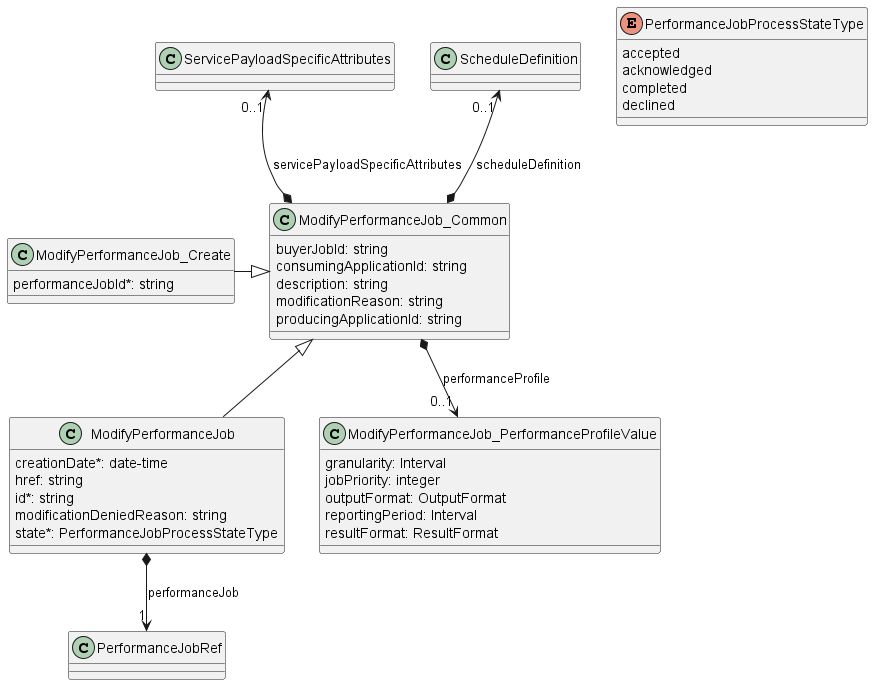
Before: documentation/serviceApi/pm/performance/media/modifyPerformanceJobModel.png, a diagram exported from PlantUML (MEF-GIT/MEF-LSO-Legato-SDK).
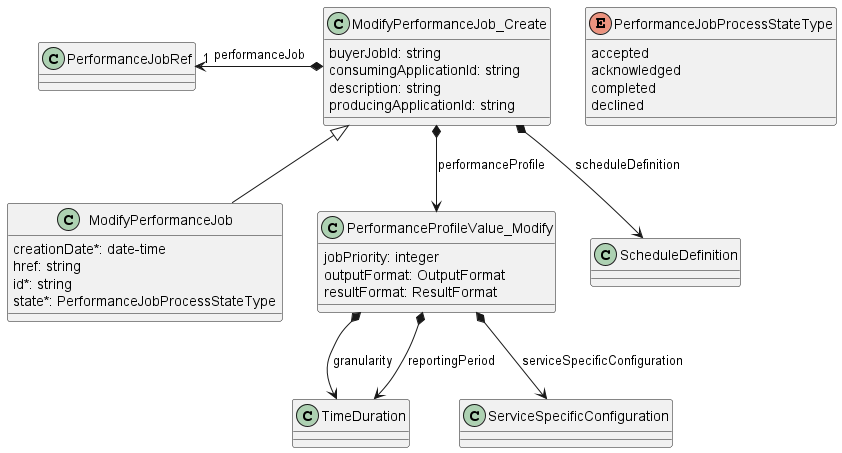
Above is the later version.

What changed in the source:
```diff
@@ -5,40 +5,32 @@
     creationDate*: date-time
     href: string
     id*: string
-    modificationDeniedReason: string
     state*: PerformanceJobProcessStateType
 }
-ModifyPerformanceJob_Common <|-- ModifyPerformanceJob
+ModifyPerformanceJob_Create <|-- ModifyPerformanceJob
 
-class ModifyPerformanceJob_Common {
+class ModifyPerformanceJob_Create {
 
     buyerJobId: string
     consumingApplicationId: string
     description: string
-    modificationReason: string
     producingApplicationId: string
 }
 
-ModifyPerformanceJob_Common *-->"0..1" ModifyPerformanceJob_PerformanceProfileValue : performanceProfile
-ModifyPerformanceJob_Common *-u->"0..1" ScheduleDefinition : scheduleDefinition
-ModifyPerformanceJob_Common *-u->"0..1" ServicePayloadSpecificAttributes : servicePayloadSpecificAttributes
+ModifyPerformanceJob_Create *-l->"1" PerformanceJobRef : performanceJob
+ModifyPerformanceJob_Create *--> PerformanceProfileValue_Modify : performanceProfile
+ModifyPerformanceJob_Create *--> ScheduleDefinition : scheduleDefinition
 
-ModifyPerformanceJob *-d->"1" PerformanceJobRef : performanceJob
+class PerformanceProfileValue_Modify {
 
-class ModifyPerformanceJob_Create {
-    performanceJobId*: string
-
-}
-ModifyPerformanceJob_Common <|-l- ModifyPerformanceJob_Create
-
-class ModifyPerformanceJob_PerformanceProfileValue {
-
-    granularity: Interval
     jobPriority: integer
     outputFormat: OutputFormat
-    reportingPeriod: Interval
     resultFormat: ResultFormat
 }
+
+PerformanceProfileValue_Modify *--> TimeDuration : granularity
+PerformanceProfileValue_Modify *--> TimeDuration : reportingPeriod
+PerformanceProfileValue_Modify *--> ServiceSpecificConfiguration : serviceSpecificConfiguration
 
 enum PerformanceJobProcessStateType {
 
```
